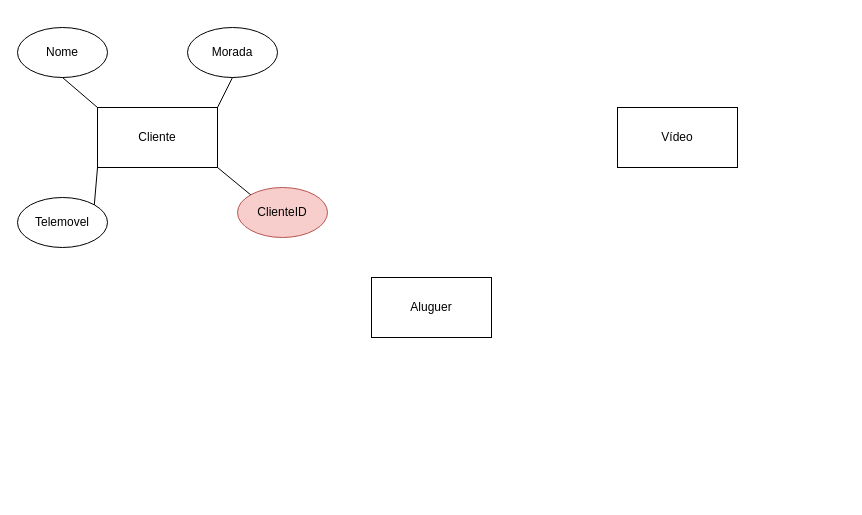
This is Modelo EA - Pratica 1/pratica2.drawio from joaoabreu1/flowcharts, a draw.io file, before an edit. Source tidied: cells renumbered, new cells numbered last; positions are measured from the earlier drawing's top-left corner, leaving out a move shared by most shapes. Both pictures are drawn from the tidied source at 100%, with x=0, y=0 at pixel (17, 27).
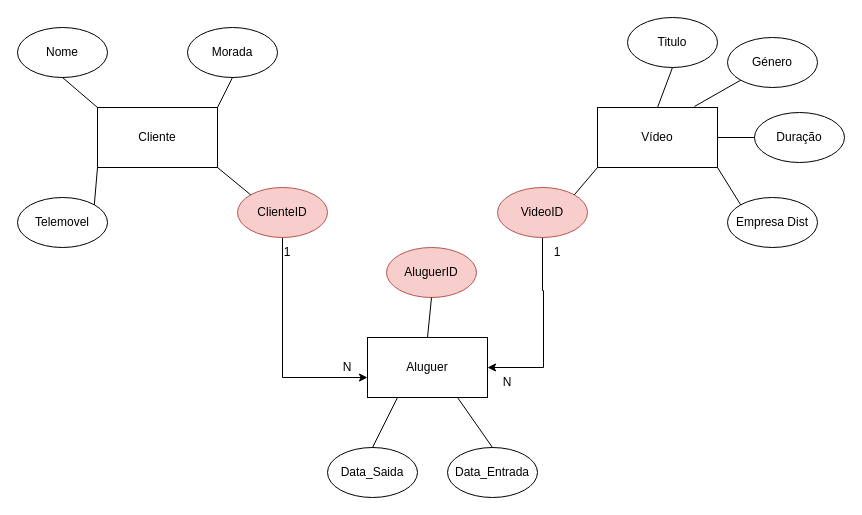
Above is the later version.

The change refers to these unchanged cells:
```xml
<mxCell id="8" value="ClienteID" style="ellipse;whiteSpace=wrap;html=1;fillColor=#f8cecc;strokeColor=#b85450;" parent="1" vertex="1">
  <mxGeometry x="220" y="160" width="90" height="50" as="geometry" />
</mxCell>
```

The edit, as a diff of the source:
```diff
@@
     <mxCell id="3" value="Aluguer" style="rounded=0;whiteSpace=wrap;html=1;" parent="1" vertex="1">
-      <mxGeometry x="354" y="250" width="120" height="60" as="geometry" />
+      <mxGeometry x="350" y="310" width="120" height="60" as="geometry" />
     </mxCell>
     <mxCell id="4" value="Vídeo" style="rounded=0;whiteSpace=wrap;html=1;" parent="1" vertex="1">
-      <mxGeometry x="600" y="80" width="120" height="60" as="geometry" />
+      <mxGeometry x="580" y="80" width="120" height="60" as="geometry" />
     </mxCell>
@@
+    <mxCell id="13" style="edgeStyle=orthogonalEdgeStyle;rounded=0;jettySize=auto;html=1;entryX=0;entryY=0.667;entryDx=0;entryDy=0;entryPerimeter=0;" parent="1" edge="1" source="8" target="3">
+      <mxGeometry relative="1" as="geometry">
+        <Array as="points">
+          <mxPoint x="265" y="350" />
+        </Array>
+      </mxGeometry>
+    </mxCell>
@@
+    <mxCell id="14" value="Titulo" style="ellipse;whiteSpace=wrap;html=1;" parent="1" vertex="1">
+      <mxGeometry x="610" y="-10" width="90" height="50" as="geometry" />
+    </mxCell>
+    <mxCell id="15" value="Género" style="ellipse;whiteSpace=wrap;html=1;" parent="1" vertex="1">
+      <mxGeometry x="710" y="10" width="90" height="50" as="geometry" />
+    </mxCell>
+    <mxCell id="16" value="Duração" style="ellipse;whiteSpace=wrap;html=1;" parent="1" vertex="1">
+      <mxGeometry x="737" y="85" width="90" height="50" as="geometry" />
+    </mxCell>
+    <mxCell id="17" style="edgeStyle=orthogonalEdgeStyle;rounded=0;jettySize=auto;html=1;entryX=1;entryY=0.5;entryDx=0;entryDy=0;" parent="1" edge="1" source="18" target="3">
+      <mxGeometry relative="1" as="geometry">
+        <Array as="points">
+          <mxPoint x="525" y="263" />
+          <mxPoint x="526" y="263" />
+          <mxPoint x="526" y="340" />
+        </Array>
+      </mxGeometry>
+    </mxCell>
+    <mxCell id="18" value="VideoID" style="ellipse;whiteSpace=wrap;html=1;fillColor=#f8cecc;strokeColor=#b85450;" parent="1" vertex="1">
+      <mxGeometry x="480" y="160" width="90" height="50" as="geometry" />
+    </mxCell>
+    <mxCell id="19" value="Empresa Dist" style="ellipse;whiteSpace=wrap;html=1;" parent="1" vertex="1">
+      <mxGeometry x="710" y="170" width="90" height="50" as="geometry" />
+    </mxCell>
+    <mxCell id="20" style="endArrow=none;html=1;rounded=0;exitX=0.5;exitY=0;exitDx=0;exitDy=0;entryX=0.5;entryY=1;entryDx=0;entryDy=0;" parent="1" edge="1" source="4" target="14">
+      <mxGeometry relative="1" as="geometry" />
+    </mxCell>
+    <mxCell id="21" style="endArrow=none;html=1;rounded=0;exitX=0.808;exitY=-0.017;exitDx=0;exitDy=0;entryX=0;entryY=1;entryDx=0;entryDy=0;exitPerimeter=0;" parent="1" edge="1" source="4" target="15">
+      <mxGeometry relative="1" as="geometry" />
+    </mxCell>
+    <mxCell id="22" style="endArrow=none;html=1;rounded=0;exitX=1;exitY=0.5;exitDx=0;exitDy=0;entryX=0;entryY=0.5;entryDx=0;entryDy=0;" parent="1" edge="1" source="4" target="16">
+      <mxGeometry relative="1" as="geometry" />
+    </mxCell>
+    <mxCell id="23" style="endArrow=none;html=1;rounded=0;exitX=0;exitY=0;exitDx=0;exitDy=0;entryX=1;entryY=1;entryDx=0;entryDy=0;" parent="1" edge="1" source="19" target="4">
+      <mxGeometry relative="1" as="geometry" />
+    </mxCell>
+    <mxCell id="24" style="endArrow=none;html=1;rounded=0;exitX=1;exitY=0;exitDx=0;exitDy=0;entryX=0;entryY=1;entryDx=0;entryDy=0;" parent="1" edge="1" source="18" target="4">
+      <mxGeometry relative="1" as="geometry" />
+    </mxCell>
+    <mxCell id="25" value="1" style="text;html=1;align=center;verticalAlign=middle;whiteSpace=wrap;rounded=0;" parent="1" vertex="1">
+      <mxGeometry x="510" y="210" width="60" height="30" as="geometry" />
+    </mxCell>
+    <mxCell id="26" value="N" style="text;html=1;align=center;verticalAlign=middle;whiteSpace=wrap;rounded=0;" parent="1" vertex="1">
+      <mxGeometry x="460" y="340" width="60" height="30" as="geometry" />
+    </mxCell>
+    <mxCell id="27" value="1" style="text;html=1;align=center;verticalAlign=middle;whiteSpace=wrap;rounded=0;" parent="1" vertex="1">
+      <mxGeometry x="240" y="210" width="60" height="30" as="geometry" />
+    </mxCell>
+    <mxCell id="28" value="N" style="text;html=1;align=center;verticalAlign=middle;whiteSpace=wrap;rounded=0;" parent="1" vertex="1">
+      <mxGeometry x="300" y="325" width="60" height="30" as="geometry" />
+    </mxCell>
+    <mxCell id="29" value="Data_Saida" style="ellipse;whiteSpace=wrap;html=1;" parent="1" vertex="1">
+      <mxGeometry x="310" y="420" width="90" height="50" as="geometry" />
+    </mxCell>
+    <mxCell id="30" value="Data_Entrada" style="ellipse;whiteSpace=wrap;html=1;" parent="1" vertex="1">
+      <mxGeometry x="430" y="420" width="90" height="50" as="geometry" />
+    </mxCell>
+    <mxCell id="31" style="endArrow=none;html=1;rounded=0;exitX=0.25;exitY=1;exitDx=0;exitDy=0;entryX=0.5;entryY=0;entryDx=0;entryDy=0;" parent="1" edge="1" source="3" target="29">
+      <mxGeometry relative="1" as="geometry" />
+    </mxCell>
+    <mxCell id="32" style="endArrow=none;html=1;rounded=0;exitX=0.75;exitY=1;exitDx=0;exitDy=0;entryX=0.5;entryY=0;entryDx=0;entryDy=0;" parent="1" edge="1" source="3" target="30">
+      <mxGeometry relative="1" as="geometry" />
+    </mxCell>
+    <mxCell id="33" value="AluguerID" style="ellipse;whiteSpace=wrap;html=1;fillColor=#f8cecc;strokeColor=#b85450;" parent="1" vertex="1">
+      <mxGeometry x="369" y="220" width="90" height="50" as="geometry" />
+    </mxCell>
+    <mxCell id="34" style="endArrow=none;html=1;rounded=0;exitX=0.5;exitY=0;exitDx=0;exitDy=0;entryX=0.5;entryY=1;entryDx=0;entryDy=0;" parent="1" edge="1" source="3" target="33">
+      <mxGeometry relative="1" as="geometry" />
+    </mxCell>
```
